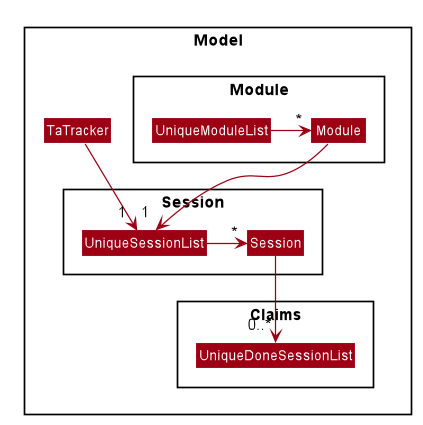
This is docs/images/SessionModelClassDiagram.png from nus-cs2103-AY1920S2/addressbook-level3, a PlantUML export, as it was before one commit.
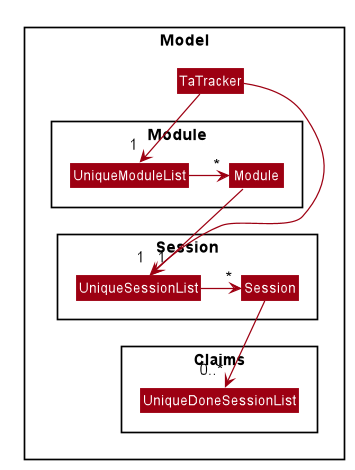
After the change.

Commit message:
Add figure names

Change to the diagram source:
```diff
@@ -67,6 +67,7 @@
 }
 }
 
+TaTracker --> "1 " UniqueModuleList
 TaTracker --> "1 " UniqueSessionList
 
 UniqueModuleList -right-> "*" Module
```
